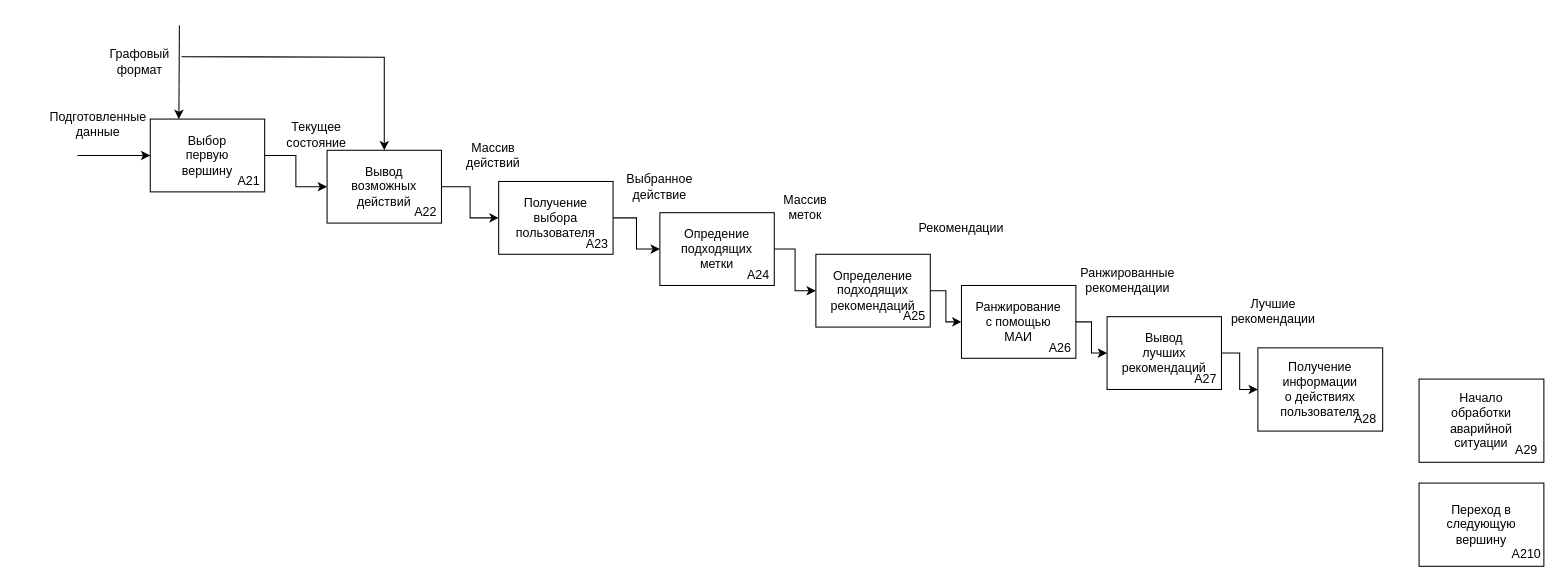
Before: report/inc/img/idef2_x.drawio in Jarozin/diplom, a draw.io diagram. Source tidied: cells renumbered, new cells numbered last; positions are measured from the earlier drawing's top-left corner, leaving out a move shared by most shapes. Both pictures are drawn from the tidied source at 104%, with x=0, y=0 at pixel (67, 25).
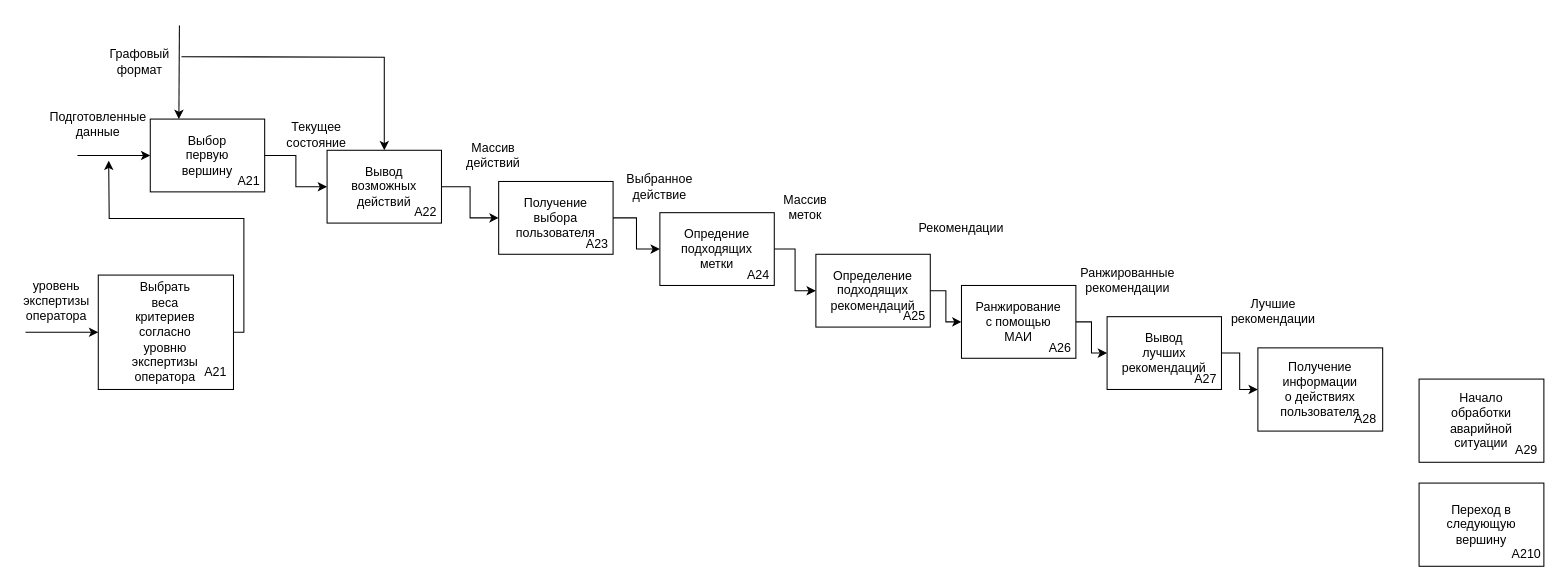
After the change.

Diff of the diagram source:
```diff
@@
+    <mxCell id="61" style="endArrow=classic;html=1;rounded=0;entryX=0;entryY=0.5;entryDx=0;entryDy=0;" parent="1" edge="1" target="64">
+      <mxGeometry relative="1" as="geometry">
+        <mxPoint x="-40" y="295" as="sourcePoint" />
+      </mxGeometry>
+    </mxCell>
+    <mxCell id="62" value="уровень экспертизы оператора" style="text;html=1;align=center;verticalAlign=middle;whiteSpace=wrap;rounded=0;" parent="1" vertex="1">
+      <mxGeometry x="-40" y="250" width="60" height="30" as="geometry" />
+    </mxCell>
+    <mxCell id="63" style="group;" parent="1" vertex="1">
+      <mxGeometry x="30" y="240" width="130" height="110" as="geometry" />
+    </mxCell>
+    <mxCell id="64" style="rounded=0;whiteSpace=wrap;html=1;" parent="63" vertex="1">
+      <mxGeometry width="130" height="110" as="geometry" />
+    </mxCell>
+    <mxCell id="65" value="Выбрать веса критериев согласно уровню экспертизы оператора" style="text;html=1;align=center;verticalAlign=middle;whiteSpace=wrap;rounded=0;" parent="63" vertex="1">
+      <mxGeometry x="29.5" y="31.4" width="70.9" height="47.1" as="geometry" />
+    </mxCell>
+    <mxCell id="66" value="А21" style="text;html=1;align=center;verticalAlign=middle;whiteSpace=wrap;rounded=0;" parent="63" vertex="1">
+      <mxGeometry x="94.5" y="78.6" width="35.5" height="31.4" as="geometry" />
+    </mxCell>
+    <mxCell id="67" style="endArrow=classic;html=1;rounded=0;exitX=1;exitY=0.5;exitDx=0;exitDy=0;edgeStyle=orthogonalEdgeStyle;" parent="1" edge="1" source="64">
+      <mxGeometry relative="1" as="geometry">
+        <mxPoint x="40" y="130" as="targetPoint" />
+      </mxGeometry>
+    </mxCell>
```
